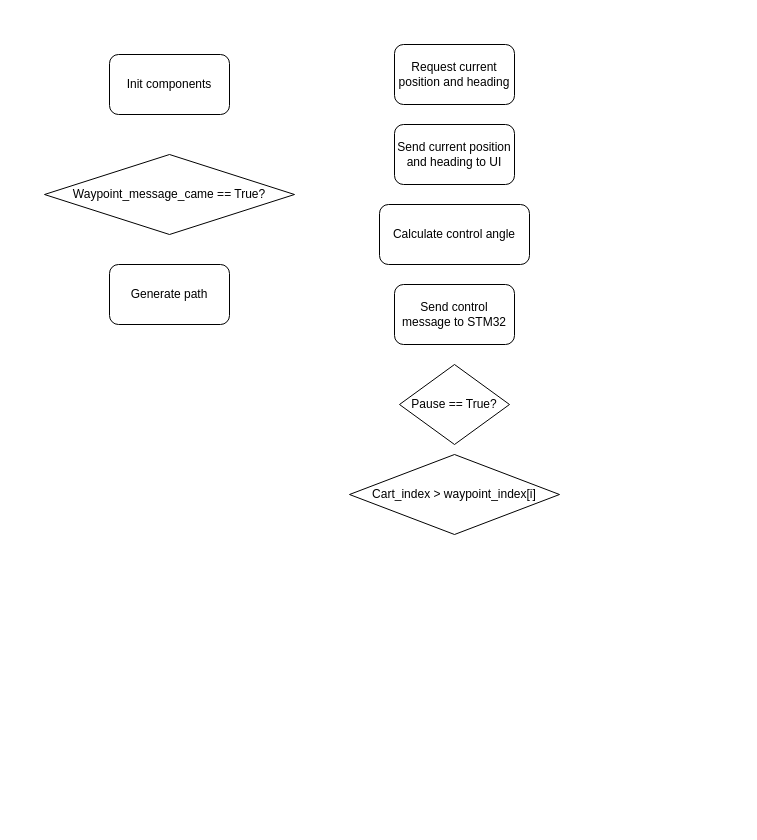
Above: Cart's flow.drawio in Huy-Luu/ThesisDiagrams (draw.io), before the change. Source tidied: cells renumbered, new cells numbered last; positions are measured from the earlier drawing's top-left corner, leaving out a move shared by most shapes. Both pictures are drawn from the tidied source at 100%, with x=0, y=0 at pixel (44, 44).
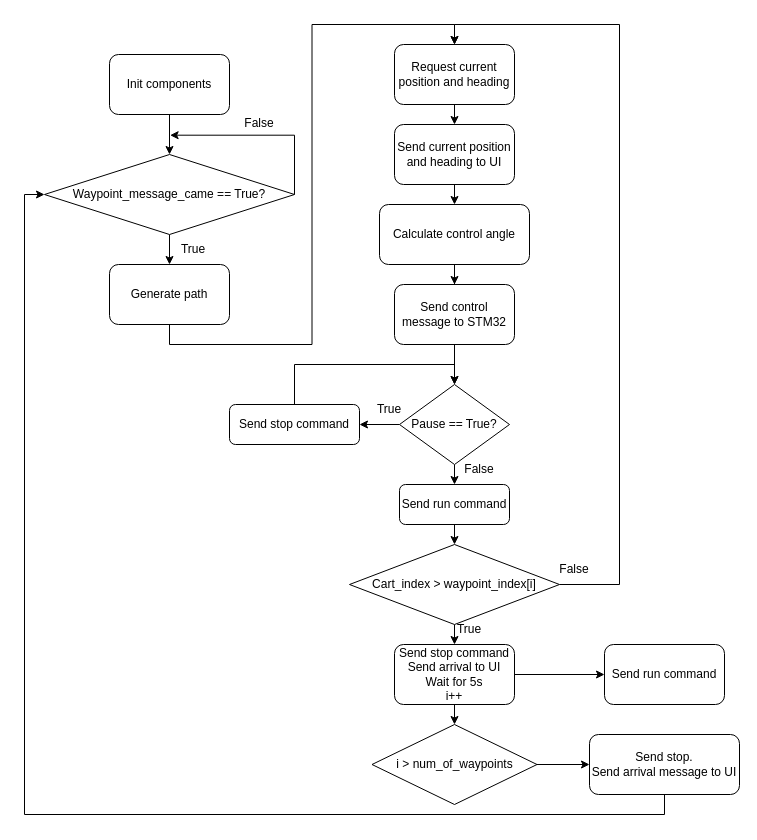
The same diagram, later.

The change refers to these unchanged cells:
```xml
<mxCell id="2" value="Init components" style="rounded=1;whiteSpace=wrap;html=1;" parent="1" vertex="1">
  <mxGeometry x="65" y="10" width="120" height="60" as="geometry" />
</mxCell>
<mxCell id="3" value="Waypoint_message_came == True?" style="rhombus;whiteSpace=wrap;html=1;" parent="1" vertex="1">
  <mxGeometry y="110" width="250" height="80" as="geometry" />
</mxCell>
<mxCell id="4" value="Generate path" style="rounded=1;whiteSpace=wrap;html=1;" parent="1" vertex="1">
  <mxGeometry x="65" y="220" width="120" height="60" as="geometry" />
</mxCell>
<mxCell id="5" value="Request current position and heading" style="rounded=1;whiteSpace=wrap;html=1;" parent="1" vertex="1">
  <mxGeometry x="350" width="120" height="60" as="geometry" />
</mxCell>
<mxCell id="6" value="Calculate control angle" style="rounded=1;whiteSpace=wrap;html=1;" parent="1" vertex="1">
  <mxGeometry x="335" y="160" width="150" height="60" as="geometry" />
</mxCell>
<mxCell id="7" value="Send control message to STM32" style="rounded=1;whiteSpace=wrap;html=1;" parent="1" vertex="1">
  <mxGeometry x="350" y="240" width="120" height="60" as="geometry" />
</mxCell>
<mxCell id="8" value="Send current position and heading to UI" style="rounded=1;whiteSpace=wrap;html=1;" parent="1" vertex="1">
  <mxGeometry x="350" y="80" width="120" height="60" as="geometry" />
</mxCell>
```

Diff of the diagram source:
```diff
@@
+    <mxCell id="11" style="edgeStyle=orthogonalEdgeStyle;rounded=0;jettySize=auto;html=1;exitX=0.5;exitY=1;exitDx=0;exitDy=0;entryX=0.5;entryY=0;entryDx=0;entryDy=0;" parent="1" edge="1" source="2" target="3">
+      <mxGeometry relative="1" as="geometry" />
+    </mxCell>
@@
+    <mxCell id="12" style="edgeStyle=orthogonalEdgeStyle;rounded=0;jettySize=auto;html=1;exitX=0.5;exitY=1;exitDx=0;exitDy=0;entryX=0.5;entryY=0;entryDx=0;entryDy=0;" parent="1" edge="1" source="3" target="4">
+      <mxGeometry relative="1" as="geometry" />
+    </mxCell>
+    <mxCell id="13" style="edgeStyle=orthogonalEdgeStyle;rounded=0;jettySize=auto;html=1;exitX=1;exitY=0.5;exitDx=0;exitDy=0;" parent="1" edge="1" source="3">
+      <mxGeometry relative="1" as="geometry">
+        <mxPoint x="125.6" y="90.7" as="targetPoint" />
+        <Array as="points">
+          <mxPoint x="250" y="91" />
+        </Array>
+      </mxGeometry>
+    </mxCell>
@@
+    <mxCell id="14" style="edgeStyle=orthogonalEdgeStyle;rounded=0;jettySize=auto;html=1;exitX=0.5;exitY=1;exitDx=0;exitDy=0;entryX=0.5;entryY=0;entryDx=0;entryDy=0;" parent="1" edge="1" source="4" target="5">
+      <mxGeometry relative="1" as="geometry" />
+    </mxCell>
@@
+    <mxCell id="15" style="edgeStyle=orthogonalEdgeStyle;rounded=0;jettySize=auto;html=1;exitX=0.5;exitY=1;exitDx=0;exitDy=0;entryX=0.5;entryY=0;entryDx=0;entryDy=0;" parent="1" edge="1" source="5" target="8">
+      <mxGeometry relative="1" as="geometry" />
+    </mxCell>
@@
+    <mxCell id="16" style="edgeStyle=orthogonalEdgeStyle;rounded=0;jettySize=auto;html=1;exitX=0.5;exitY=1;exitDx=0;exitDy=0;" parent="1" edge="1" source="6" target="7">
+      <mxGeometry relative="1" as="geometry" />
+    </mxCell>
@@
+    <mxCell id="17" style="edgeStyle=orthogonalEdgeStyle;rounded=0;jettySize=auto;html=1;exitX=0.5;exitY=1;exitDx=0;exitDy=0;entryX=0.5;entryY=0;entryDx=0;entryDy=0;" parent="1" edge="1" source="7" target="9">
+      <mxGeometry relative="1" as="geometry" />
+    </mxCell>
@@
+    <mxCell id="18" style="edgeStyle=orthogonalEdgeStyle;rounded=0;jettySize=auto;html=1;exitX=0.5;exitY=1;exitDx=0;exitDy=0;entryX=0.5;entryY=0;entryDx=0;entryDy=0;" parent="1" edge="1" source="8" target="6">
+      <mxGeometry relative="1" as="geometry" />
+    </mxCell>
@@
+    <mxCell id="19" style="edgeStyle=orthogonalEdgeStyle;rounded=0;jettySize=auto;html=1;exitX=0;exitY=0.5;exitDx=0;exitDy=0;entryX=1;entryY=0.5;entryDx=0;entryDy=0;" parent="1" edge="1" source="9" target="36">
+      <mxGeometry relative="1" as="geometry" />
+    </mxCell>
+    <mxCell id="20" style="edgeStyle=orthogonalEdgeStyle;rounded=0;jettySize=auto;html=1;exitX=0.5;exitY=1;exitDx=0;exitDy=0;entryX=0.5;entryY=0;entryDx=0;entryDy=0;" parent="1" edge="1" source="9" target="38">
+      <mxGeometry relative="1" as="geometry" />
+    </mxCell>
     <mxCell id="9" value="Pause == True?" style="rhombus;whiteSpace=wrap;html=1;" parent="1" vertex="1">
-      <mxGeometry x="355" y="320" width="110" height="80" as="geometry" />
+      <mxGeometry x="355" y="340" width="110" height="80" as="geometry" />
     </mxCell>
+    <mxCell id="21" style="edgeStyle=orthogonalEdgeStyle;rounded=0;jettySize=auto;html=1;exitX=0.5;exitY=1;exitDx=0;exitDy=0;entryX=0.5;entryY=0;entryDx=0;entryDy=0;" parent="1" edge="1" source="10" target="25">
+      <mxGeometry relative="1" as="geometry" />
+    </mxCell>
+    <mxCell id="22" style="edgeStyle=orthogonalEdgeStyle;rounded=0;jettySize=auto;html=1;exitX=1;exitY=0.5;exitDx=0;exitDy=0;entryX=0.5;entryY=0;entryDx=0;entryDy=0;" parent="1" edge="1" source="10" target="5">
+      <mxGeometry relative="1" as="geometry">
+        <Array as="points">
+          <mxPoint x="575" y="540" />
+          <mxPoint x="575" y="-20" />
+          <mxPoint x="410" y="-20" />
+        </Array>
+      </mxGeometry>
+    </mxCell>
     <mxCell id="10" value="Cart_index &amp;gt; waypoint_index[i]" style="rhombus;whiteSpace=wrap;html=1;" parent="1" vertex="1">
-      <mxGeometry x="305" y="410" width="210" height="80" as="geometry" />
+      <mxGeometry x="305" y="500" width="210" height="80" as="geometry" />
     </mxCell>
+    <mxCell id="23" style="edgeStyle=orthogonalEdgeStyle;rounded=0;jettySize=auto;html=1;exitX=0.5;exitY=1;exitDx=0;exitDy=0;entryX=0.5;entryY=0;entryDx=0;entryDy=0;" parent="1" edge="1" source="25" target="27">
+      <mxGeometry relative="1" as="geometry" />
+    </mxCell>
+    <mxCell id="24" style="edgeStyle=orthogonalEdgeStyle;rounded=0;jettySize=auto;html=1;exitX=1;exitY=0.5;exitDx=0;exitDy=0;entryX=0;entryY=0.5;entryDx=0;entryDy=0;" parent="1" edge="1" source="25" target="30">
+      <mxGeometry relative="1" as="geometry" />
+    </mxCell>
+    <mxCell id="25" value="Send stop command&lt;br&gt;Send arrival to UI&lt;br&gt;Wait for 5s&lt;br&gt;i++" style="rounded=1;whiteSpace=wrap;html=1;" parent="1" vertex="1">
+      <mxGeometry x="350" y="600" width="120" height="60" as="geometry" />
+    </mxCell>
+    <mxCell id="26" style="edgeStyle=orthogonalEdgeStyle;rounded=0;jettySize=auto;html=1;exitX=1;exitY=0.5;exitDx=0;exitDy=0;entryX=0;entryY=0.5;entryDx=0;entryDy=0;" parent="1" edge="1" source="27" target="29">
+      <mxGeometry relative="1" as="geometry" />
+    </mxCell>
+    <mxCell id="27" value="i &amp;gt; num_of_waypoints" style="rhombus;whiteSpace=wrap;html=1;" parent="1" vertex="1">
+      <mxGeometry x="327.5" y="680" width="165" height="80" as="geometry" />
+    </mxCell>
+    <mxCell id="28" style="edgeStyle=orthogonalEdgeStyle;rounded=0;jettySize=auto;html=1;exitX=0.5;exitY=1;exitDx=0;exitDy=0;entryX=0;entryY=0.5;entryDx=0;entryDy=0;" parent="1" edge="1" source="29" target="3">
+      <mxGeometry relative="1" as="geometry" />
+    </mxCell>
+    <mxCell id="29" value="Send stop.&lt;br&gt;Send arrival message to UI" style="rounded=1;whiteSpace=wrap;html=1;" parent="1" vertex="1">
+      <mxGeometry x="545" y="690" width="150" height="60" as="geometry" />
+    </mxCell>
+    <mxCell id="30" value="Send run command" style="rounded=1;whiteSpace=wrap;html=1;" parent="1" vertex="1">
+      <mxGeometry x="560" y="600" width="120" height="60" as="geometry" />
+    </mxCell>
+    <mxCell id="31" value="True" style="text;html=1;strokeColor=none;fillColor=none;align=center;verticalAlign=middle;whiteSpace=wrap;rounded=0;" parent="1" vertex="1">
+      <mxGeometry x="315" y="350" width="60" height="30" as="geometry" />
+    </mxCell>
+    <mxCell id="32" value="False" style="text;html=1;strokeColor=none;fillColor=none;align=center;verticalAlign=middle;whiteSpace=wrap;rounded=0;" parent="1" vertex="1">
+      <mxGeometry x="405" y="410" width="60" height="30" as="geometry" />
+    </mxCell>
+    <mxCell id="33" value="True" style="text;html=1;strokeColor=none;fillColor=none;align=center;verticalAlign=middle;whiteSpace=wrap;rounded=0;" parent="1" vertex="1">
+      <mxGeometry x="395" y="570" width="60" height="30" as="geometry" />
+    </mxCell>
+    <mxCell id="34" value="False" style="text;html=1;strokeColor=none;fillColor=none;align=center;verticalAlign=middle;whiteSpace=wrap;rounded=0;" parent="1" vertex="1">
+      <mxGeometry x="500" y="510" width="60" height="30" as="geometry" />
+    </mxCell>
+    <mxCell id="35" style="edgeStyle=orthogonalEdgeStyle;rounded=0;jettySize=auto;html=1;exitX=0.5;exitY=0;exitDx=0;exitDy=0;entryX=0.5;entryY=0;entryDx=0;entryDy=0;" parent="1" edge="1" source="36" target="9">
+      <mxGeometry relative="1" as="geometry" />
+    </mxCell>
+    <mxCell id="36" value="Send stop command" style="rounded=1;whiteSpace=wrap;html=1;" parent="1" vertex="1">
+      <mxGeometry x="185" y="360" width="130" height="40" as="geometry" />
+    </mxCell>
+    <mxCell id="37" style="edgeStyle=orthogonalEdgeStyle;rounded=0;jettySize=auto;html=1;exitX=0.5;exitY=1;exitDx=0;exitDy=0;entryX=0.5;entryY=0;entryDx=0;entryDy=0;" parent="1" edge="1" source="38" target="10">
+      <mxGeometry relative="1" as="geometry" />
+    </mxCell>
+    <mxCell id="38" value="Send run command" style="rounded=1;whiteSpace=wrap;html=1;" parent="1" vertex="1">
+      <mxGeometry x="355" y="440" width="110" height="40" as="geometry" />
+    </mxCell>
+    <mxCell id="39" value="True" style="text;html=1;strokeColor=none;fillColor=none;align=center;verticalAlign=middle;whiteSpace=wrap;rounded=0;" parent="1" vertex="1">
+      <mxGeometry x="119" y="190" width="60" height="30" as="geometry" />
+    </mxCell>
+    <mxCell id="40" value="False" style="text;html=1;strokeColor=none;fillColor=none;align=center;verticalAlign=middle;whiteSpace=wrap;rounded=0;" parent="1" vertex="1">
+      <mxGeometry x="185" y="64" width="60" height="30" as="geometry" />
+    </mxCell>
```
